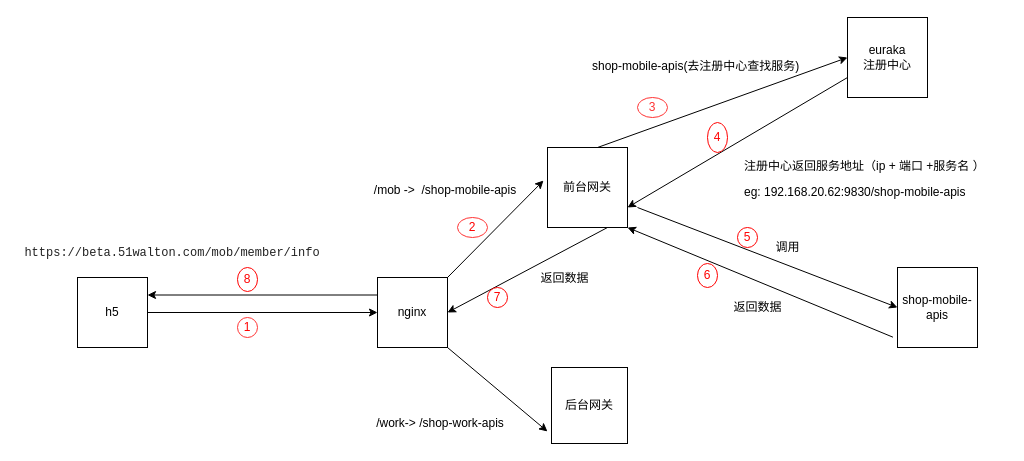
Before: rpc.drawio in huacke/project, a draw.io diagram. Source tidied: cells renumbered, new cells numbered last; positions are measured from the earlier drawing's top-left corner, leaving out a move shared by most shapes. Both pictures are drawn from the tidied source at 100%, with x=0, y=0 at pixel (17, 17).
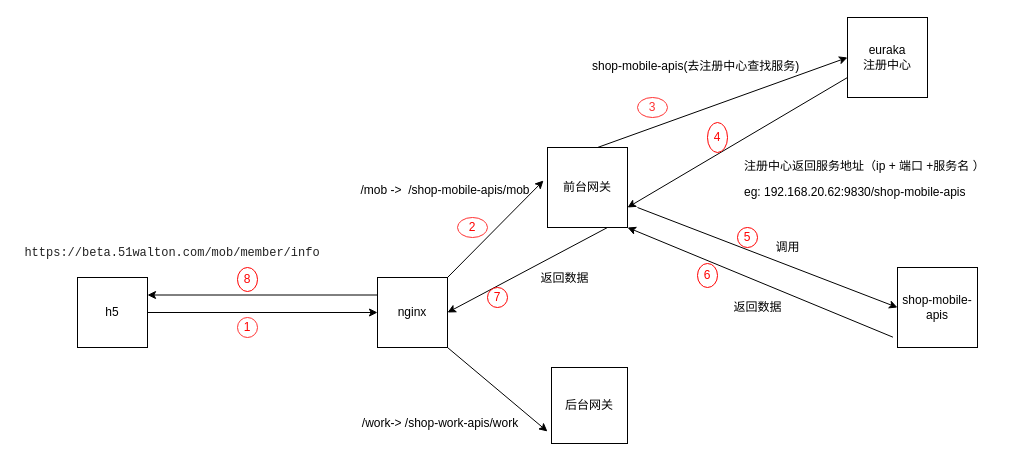
After the change.

Diff of the diagram source:
```diff
@@
-    <mxCell id="7" value="/mob -&amp;gt;&amp;nbsp; /shop-mobile-apis&amp;nbsp; &amp;nbsp; &amp;nbsp; &amp;nbsp; &amp;nbsp;" style="text;html=1;strokeColor=none;fillColor=none;align=center;verticalAlign=middle;whiteSpace=wrap;rounded=0;" parent="1" vertex="1">
+    <mxCell id="7" value="/mob -&amp;gt;&amp;nbsp; /shop-mobile-apis/mob&amp;nbsp; &amp;nbsp; &amp;nbsp; &amp;nbsp; &amp;nbsp;" style="text;html=1;strokeColor=none;fillColor=none;align=center;verticalAlign=middle;whiteSpace=wrap;rounded=0;" parent="1" vertex="1">
       <mxGeometry x="308" y="135" width="270" height="75" as="geometry" />
     </mxCell>
-    <mxCell id="8" value="&amp;nbsp; &amp;nbsp; &amp;nbsp; &amp;nbsp; &amp;nbsp;&lt;br&gt;&lt;div style=&quot;text-align: left&quot;&gt;/work-&amp;gt; /shop-work-apis&lt;/div&gt;" style="text;html=1;strokeColor=none;fillColor=none;align=center;verticalAlign=middle;whiteSpace=wrap;rounded=0;" parent="1" vertex="1">
+    <mxCell id="8" value="&amp;nbsp; &amp;nbsp; &amp;nbsp; &amp;nbsp; &amp;nbsp;&lt;br&gt;&lt;div style=&quot;text-align: left&quot;&gt;/work-&amp;gt; /shop-work-apis/work&lt;/div&gt;" style="text;html=1;strokeColor=none;fillColor=none;align=center;verticalAlign=middle;whiteSpace=wrap;rounded=0;" parent="1" vertex="1">
       <mxGeometry x="300" y="380" width="246" height="36" as="geometry" />
     </mxCell>
```
